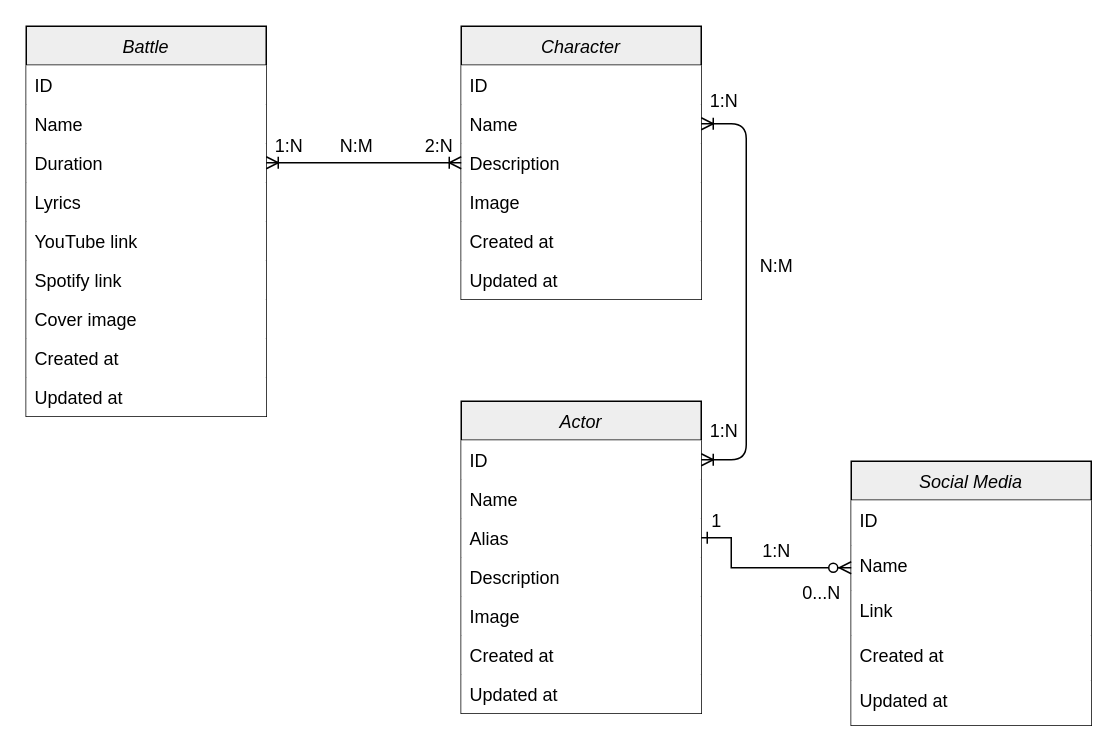
RafaelBarbieru/erb-hub-kea keeps this draw.io diagram as docs/Database/Relational/Design/ERD.drawio. Above is the earlier version. Source tidied: cells renumbered, new cells numbered last; positions are measured from the earlier drawing's top-left corner, leaving out a move shared by most shapes. Both pictures are drawn from the tidied source at 150%, with x=0, y=0 at pixel (26, 26).
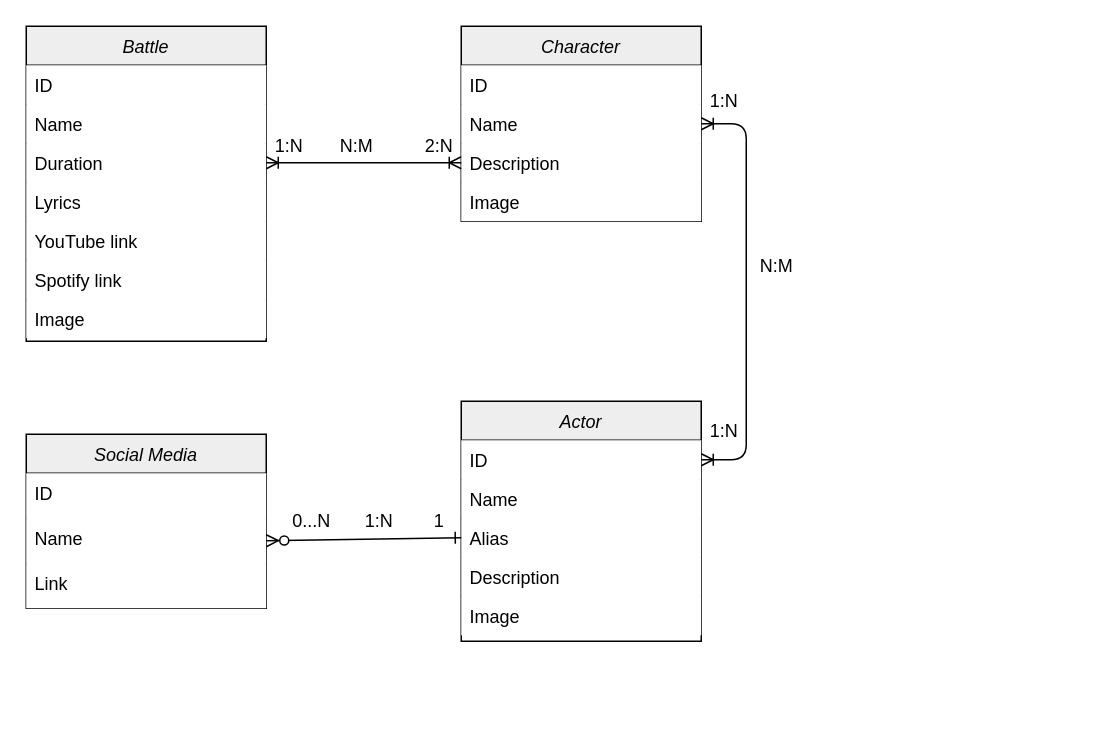
Above is the later version.

Unchanged cells that the change refers to:
```xml
<mxCell id="22" value="Alias" style="text;align=left;verticalAlign=top;spacingLeft=4;spacingRight=4;overflow=hidden;points=[[0,0.5],[1,0.5]];portConstraint=eastwest;rounded=0;shadow=0;html=0;fillColor=#ffffff;" parent="19" vertex="1">
  <mxGeometry y="78" width="160" height="26" as="geometry" />
</mxCell>
<mxCell id="34" value="Name" style="text;strokeColor=none;spacingLeft=4;spacingRight=4;overflow=hidden;points=[[0,0.5],[1,0.5]];portConstraint=eastwest;fontSize=12;fillColor=#ffffff;" parent="32" vertex="1">
  <mxGeometry y="56" width="160" height="30" as="geometry" />
</mxCell>
```

Diff of the diagram source:
```diff
@@
     <mxCell id="2" value="Battle" style="swimlane;fontStyle=2;align=center;verticalAlign=top;horizontal=1;startSize=26;rounded=0;shadow=0;strokeWidth=1;fillColor=#EEEEEE;" parent="1" vertex="1">
-      <mxGeometry width="160" height="260" as="geometry" />
+      <mxGeometry width="160" height="210" as="geometry" />
     </mxCell>
@@
-    <mxCell id="9" value="Cover image" style="text;align=left;verticalAlign=top;spacingLeft=4;spacingRight=4;overflow=hidden;fillColor=#ffffff;" parent="2" vertex="1">
+    <mxCell id="9" value="Image" style="text;align=left;verticalAlign=top;spacingLeft=4;spacingRight=4;overflow=hidden;fillColor=#ffffff;" parent="2" vertex="1">
       <mxGeometry y="182" width="160" height="26" as="geometry" />
     </mxCell>
-    <mxCell id="10" value="Created at" style="text;align=left;verticalAlign=top;spacingLeft=4;spacingRight=4;overflow=hidden;fillColor=#ffffff;" parent="2" vertex="1">
-      <mxGeometry y="208" width="160" height="26" as="geometry" />
-    </mxCell>
-    <mxCell id="11" value="Updated at" style="text;align=left;verticalAlign=top;spacingLeft=4;spacingRight=4;overflow=hidden;fillColor=#ffffff;" parent="2" vertex="1">
-      <mxGeometry y="234" width="160" height="26" as="geometry" />
-    </mxCell>
     <mxCell id="12" value="Character" style="swimlane;fontStyle=2;align=center;verticalAlign=top;horizontal=1;startSize=26;rounded=0;shadow=0;strokeWidth=1;fillColor=#EEEEEE;" parent="1" vertex="1">
-      <mxGeometry x="290" width="160" height="182" as="geometry" />
+      <mxGeometry x="290" width="160" height="130" as="geometry" />
     </mxCell>
@@
-    <mxCell id="17" value="Created at" style="text;align=left;verticalAlign=top;spacingLeft=4;spacingRight=4;overflow=hidden;rounded=0;shadow=0;html=0;fillColor=#ffffff;" parent="12" vertex="1">
-      <mxGeometry y="130" width="160" height="26" as="geometry" />
-    </mxCell>
-    <mxCell id="18" value="Updated at" style="text;align=left;verticalAlign=top;spacingLeft=4;spacingRight=4;overflow=hidden;rounded=0;shadow=0;html=0;fillColor=#ffffff;" parent="12" vertex="1">
-      <mxGeometry y="156" width="160" height="26" as="geometry" />
-    </mxCell>
     <mxCell id="19" value="Actor" style="swimlane;fontStyle=2;align=center;verticalAlign=top;horizontal=1;startSize=26;rounded=0;shadow=0;strokeWidth=1;fillColor=#EEEEEE;" parent="1" vertex="1">
-      <mxGeometry x="290" y="250" width="160" height="208" as="geometry" />
+      <mxGeometry x="290" y="250" width="160" height="160" as="geometry" />
     </mxCell>
@@
-    <mxCell id="25" value="Created at" style="text;align=left;verticalAlign=top;spacingLeft=4;spacingRight=4;overflow=hidden;rounded=0;shadow=0;html=0;fillColor=#ffffff;" parent="19" vertex="1">
-      <mxGeometry y="156" width="160" height="26" as="geometry" />
-    </mxCell>
-    <mxCell id="26" value="Updated at" style="text;align=left;verticalAlign=top;spacingLeft=4;spacingRight=4;overflow=hidden;rounded=0;shadow=0;html=0;fillColor=#ffffff;" parent="19" vertex="1">
-      <mxGeometry y="182" width="160" height="26" as="geometry" />
-    </mxCell>
@@
     <mxCell id="30" value="1:N" style="text;html=1;align=center;verticalAlign=middle;strokeColor=none;" parent="1" vertex="1">
-      <mxGeometry x="485" y="340" width="30" height="20" as="geometry" />
+      <mxGeometry x="220" y="320" width="30" height="20" as="geometry" />
     </mxCell>
@@
     <mxCell id="32" value="Social Media" style="swimlane;fontStyle=2;horizontal=1;startSize=26;align=center;fontSize=12;fillColor=#EEEEEE;" parent="1" vertex="1">
-      <mxGeometry x="550" y="290" width="160" height="176" as="geometry" />
+      <mxGeometry y="272" width="160" height="116" as="geometry" />
     </mxCell>
@@
-    <mxCell id="36" value="Created at" style="text;strokeColor=none;spacingLeft=4;spacingRight=4;overflow=hidden;fontSize=12;fillColor=#ffffff;" parent="32" vertex="1">
-      <mxGeometry y="116" width="160" height="30" as="geometry" />
-    </mxCell>
-    <mxCell id="37" value="Updated at" style="text;strokeColor=none;spacingLeft=4;spacingRight=4;overflow=hidden;fontSize=12;fillColor=#ffffff;" parent="32" vertex="1">
-      <mxGeometry y="146" width="160" height="30" as="geometry" />
-    </mxCell>
-    <mxCell id="38" style="edgeStyle=orthogonalEdgeStyle;rounded=0;jettySize=auto;html=1;exitX=1;exitY=0.5;exitDx=0;exitDy=0;fontSize=12;startArrow=ERone;startFill=0;endArrow=ERzeroToMany;endFill=1;entryX=0;entryY=0.5;entryDx=0;entryDy=0;" parent="1" edge="1" source="22" target="34">
-      <mxGeometry relative="1" as="geometry">
-        <Array as="points">
-          <mxPoint x="470" y="341" />
-          <mxPoint x="470" y="361" />
-        </Array>
-      </mxGeometry>
-    </mxCell>
     <mxCell id="39" value="1" style="text;html=1;align=center;verticalAlign=middle;strokeColor=none;fontSize=12;" parent="1" vertex="1">
-      <mxGeometry x="450" y="320" width="20" height="20" as="geometry" />
+      <mxGeometry x="265" y="320" width="20" height="20" as="geometry" />
     </mxCell>
     <mxCell id="40" value="0...N" style="text;html=1;align=center;verticalAlign=middle;strokeColor=none;fontSize=12;" parent="1" vertex="1">
-      <mxGeometry x="510" y="368" width="40" height="20" as="geometry" />
+      <mxGeometry x="170" y="320" width="40" height="20" as="geometry" />
     </mxCell>
@@
+    <mxCell id="38" style="rounded=0;jettySize=auto;html=1;exitX=0;exitY=0.5;exitDx=0;exitDy=0;entryX=1;entryY=0.5;entryDx=0;entryDy=0;startArrow=ERone;startFill=0;endArrow=ERzeroToMany;endFill=1;" parent="1" edge="1" source="22" target="34">
+      <mxGeometry relative="1" as="geometry" />
+    </mxCell>
```
